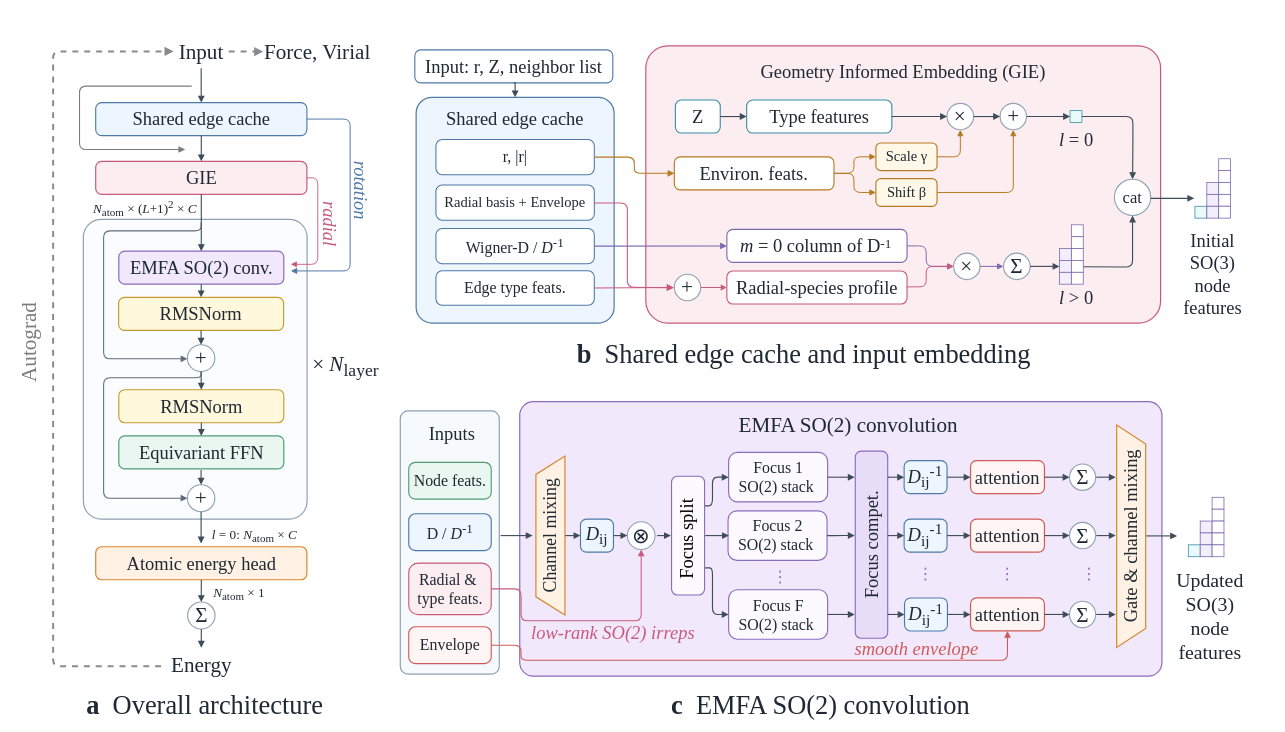
This is fig/fig2_simplified_wh.drawio from iProzd/DPA4-manuscript, a draw.io file, before an edit. Source tidied: cells renumbered, new cells numbered last; positions are measured from the earlier drawing's top-left corner, leaving out a move shared by most shapes. Both pictures are drawn from the tidied source at 66%, with x=0, y=0 at pixel (-13, 11).
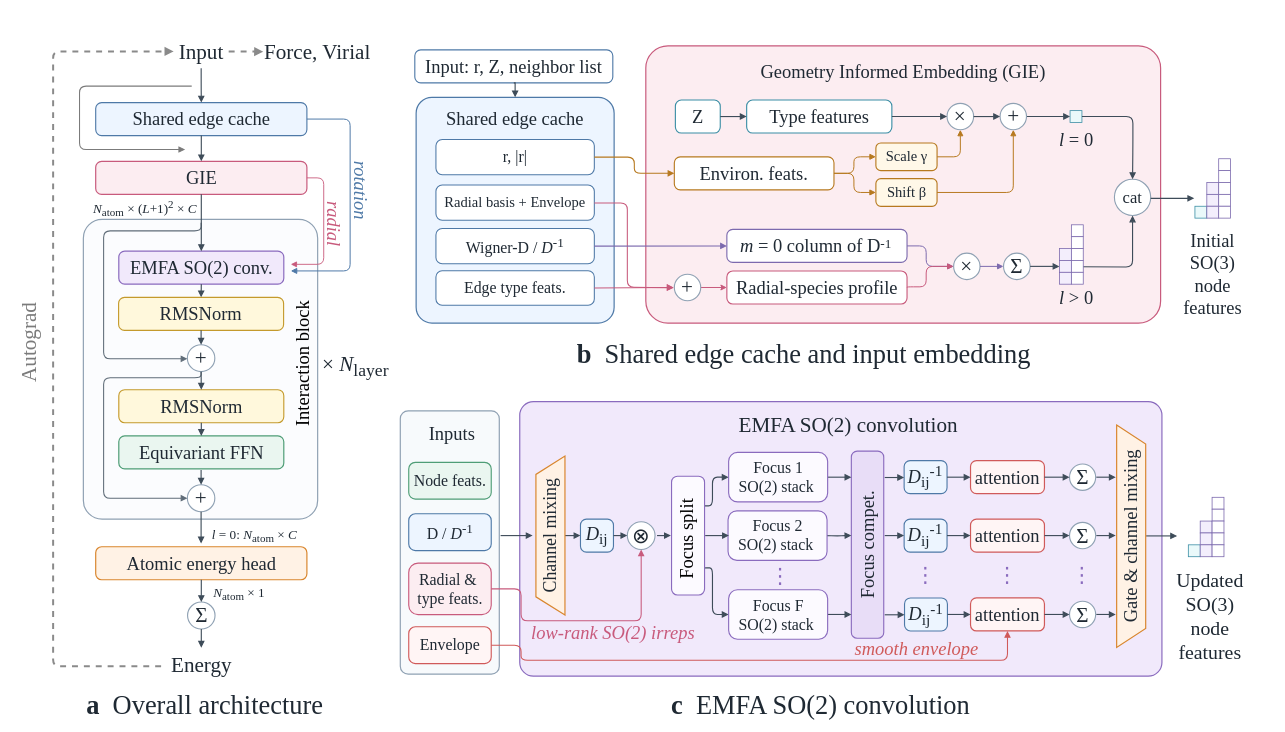
The same page after the edit.

The change refers to these unchanged cells:
```xml
<mxCell id="7" value="&lt;font style=&quot;font-size: 28px;&quot;&gt;GIE&lt;/font&gt;" style="rounded=1;whiteSpace=wrap;html=1;arcSize=18;fontFamily=Times New Roman;fontSize=19;fontColor=#1F2933;align=center;verticalAlign=middle;spacing=8;fillColor=#FCEDF1;strokeColor=#C85A7C;strokeWidth=1.8;" parent="2" vertex="1">
  <mxGeometry x="79.5" y="227" width="320" height="50" as="geometry" />
</mxCell>
<mxCell id="41" style="group;html=1;whiteSpace=wrap;" parent="1" vertex="1">
  <mxGeometry x="559" y="574" width="1372" height="450" as="geometry" />
</mxCell>
```

The edit, as a diff of the source:
```diff
@@
     <mxCell id="2" style="group;html=1;whiteSpace=wrap;" parent="1" vertex="1">
-      <mxGeometry x="85" width="612" height="1010" as="geometry" />
+      <mxGeometry x="85" width="679.3" height="1010" as="geometry" />
     </mxCell>
     <mxCell id="3" style="rounded=1;whiteSpace=wrap;html=1;arcSize=8;fontFamily=Times New Roman;fontSize=16;fontColor=#1F2933;fillColor=#FBFCFE;strokeColor=#8FA1B3;strokeWidth=1.8;" parent="2" vertex="1">
-      <mxGeometry x="60.8" y="315" width="339" height="454.1" as="geometry" />
+      <mxGeometry x="60.8" y="315" width="355" height="454.1" as="geometry" />
     </mxCell>
+    <mxCell id="180" value="&lt;font color=&quot;#000000&quot;&gt;&lt;span style=&quot;font-size: 28px; font-style: normal;&quot;&gt;Interaction block&lt;/span&gt;&lt;/font&gt;" style="text;html=1;strokeColor=none;fillColor=none;whiteSpace=wrap;rounded=0;fontFamily=Times New Roman;fontSize=12;fontColor=#4E79A7;align=center;fontStyle=2;rotation=270;" parent="3" vertex="1">
+      <mxGeometry x="224.9" y="200.5" width="203.1" height="35.2" as="geometry" />
+    </mxCell>
@@
     <mxCell id="13" value="&lt;font style=&quot;font-size: 32px;&quot;&gt;× &lt;i&gt;N&lt;/i&gt;&lt;sub&gt;layer&lt;/sub&gt;&lt;/font&gt;" style="text;html=1;strokeColor=none;fillColor=none;whiteSpace=wrap;rounded=0;fontFamily=Times New Roman;fontSize=18;fontColor=#1F2933;align=left;fontStyle=0;" parent="2" vertex="1">
-      <mxGeometry x="406.2" y="508.2" width="119.8" height="51.8" as="geometry" />
+      <mxGeometry x="421.2" y="508.2" width="119.8" height="51.8" as="geometry" />
     </mxCell>
@@
     <mxCell id="30" style="edgeStyle=orthogonalEdgeStyle;rounded=1;jettySize=auto;html=1;strokeColor=#C85A7C;strokeWidth=1.35;endArrow=block;endFill=1;exitX=1;exitY=0.5;exitDx=0;exitDy=0;" parent="2" edge="1" source="7">
       <mxGeometry relative="1" as="geometry">
         <mxPoint x="375" y="383" as="targetPoint" />
         <Array as="points">
-          <mxPoint x="416" y="252" />
+          <mxPoint x="425" y="252" />
+          <mxPoint x="425" y="383" />
         </Array>
       </mxGeometry>
     </mxCell>
     <mxCell id="31" value="&lt;font style=&quot;font-size: 28px;&quot;&gt;radial&lt;/font&gt;" style="text;html=1;strokeColor=none;fillColor=none;whiteSpace=wrap;rounded=0;fontFamily=Times New Roman;fontSize=12;fontColor=#C85A7C;align=center;fontStyle=2;rotation=90;" parent="2" vertex="1">
-      <mxGeometry x="371" y="294" width="114.4" height="56.7" as="geometry" />
+      <mxGeometry x="377" y="294" width="114.4" height="56.7" as="geometry" />
     </mxCell>
@@
-    <mxCell id="60" value="&lt;font style=&quot;font-size: 24px;&quot;&gt;Focus 1&lt;br&gt;SO(2) stack&amp;nbsp;&lt;/font&gt;" style="rounded=1;whiteSpace=wrap;html=1;arcSize=18;fontFamily=Times New Roman;fontSize=15;fontColor=#1F2933;align=center;verticalAlign=middle;spacing=6;fillColor=#FCFAFF;strokeColor=#8A6BBE;strokeWidth=1.7;" parent="41" vertex="1">
-      <mxGeometry x="564.5" y="94" width="150" height="75" as="geometry" />
-    </mxCell>
-    <mxCell id="61" value="⋮" style="text;html=1;strokeColor=none;fillColor=none;whiteSpace=wrap;rounded=0;fontFamily=Times New Roman;fontSize=24;fontColor=#8A6BBE;align=center;fontStyle=0;" parent="41" vertex="1">
-      <mxGeometry x="628.5" y="262" width="28" height="34" as="geometry" />
+    <mxCell id="61" value="&lt;font style=&quot;font-size: 32px;&quot;&gt;⋮&lt;/font&gt;" style="text;html=1;strokeColor=none;fillColor=none;whiteSpace=wrap;rounded=0;fontFamily=Times New Roman;fontSize=24;fontColor=#8A6BBE;align=center;fontStyle=0;" parent="41" vertex="1">
+      <mxGeometry x="628.5" y="255" width="28" height="34" as="geometry" />
     </mxCell>
@@
     <mxCell id="77" value="&lt;font style=&quot;font-size: 28px;&quot;&gt;Focus compet.&lt;br&gt;&lt;/font&gt;" style="rounded=1;whiteSpace=wrap;html=1;arcSize=18;fontFamily=Times New Roman;fontSize=16;fontColor=#1F2933;align=center;verticalAlign=middle;spacing=7;fillColor=#E8DDF7;strokeColor=#8A6BBE;strokeWidth=1.7;rotation=-90;" parent="41" vertex="1">
-      <mxGeometry x="639.2" y="209.2" width="283.5" height="49.1" as="geometry" />
+      <mxGeometry x="633.2" y="209.2" width="283.5" height="49.1" as="geometry" />
     </mxCell>
@@
-    <mxCell id="81" value="&lt;font style=&quot;font-size: 24px;&quot;&gt;Focus F&lt;br&gt;SO(2) stack&amp;nbsp;&lt;/font&gt;" style="rounded=1;whiteSpace=wrap;html=1;arcSize=18;fontFamily=Times New Roman;fontSize=15;fontColor=#1F2933;align=center;verticalAlign=middle;spacing=6;fillColor=#FCFAFF;strokeColor=#8A6BBE;strokeWidth=1.7;" parent="41" vertex="1">
-      <mxGeometry x="564.5" y="302" width="150" height="75" as="geometry" />
-    </mxCell>
     <mxCell id="82" style="edgeStyle=orthogonalEdgeStyle;rounded=1;orthogonalLoop=1;jettySize=auto;html=1;strokeColor=#3E4C59;strokeWidth=1.7;endArrow=block;endFill=1;" parent="41" edge="1">
       <mxGeometry relative="1" as="geometry">
-        <mxPoint x="714.5" y="131.5" as="sourcePoint" />
-        <mxPoint x="755.5" y="131.5" as="targetPoint" />
+        <mxPoint x="709.5" y="131.5" as="sourcePoint" />
+        <mxPoint x="750.5" y="131.5" as="targetPoint" />
       </mxGeometry>
     </mxCell>
     <mxCell id="83" style="edgeStyle=orthogonalEdgeStyle;rounded=1;orthogonalLoop=1;jettySize=auto;html=1;strokeColor=#3E4C59;strokeWidth=1.7;endArrow=block;endFill=1;" parent="41" edge="1">
       <mxGeometry relative="1" as="geometry">
-        <mxPoint x="714.5" y="339.5" as="sourcePoint" />
-        <mxPoint x="755.5" y="339.5" as="targetPoint" />
+        <mxPoint x="709.5" y="339.5" as="sourcePoint" />
+        <mxPoint x="750.5" y="339.5" as="targetPoint" />
       </mxGeometry>
     </mxCell>
@@
-    <mxCell id="87" value="&lt;font style=&quot;font-size: 24px;&quot;&gt;Focus 2&lt;br&gt;SO(2) stack&amp;nbsp;&lt;/font&gt;" style="rounded=1;whiteSpace=wrap;html=1;arcSize=18;fontFamily=Times New Roman;fontSize=15;fontColor=#1F2933;align=center;verticalAlign=middle;spacing=6;fillColor=#FCFAFF;strokeColor=#8A6BBE;strokeWidth=1.7;" parent="41" vertex="1">
-      <mxGeometry x="563.6" y="182.5" width="150" height="75" as="geometry" />
-    </mxCell>
-    <mxCell id="88" style="edgeStyle=orthogonalEdgeStyle;rounded=1;jettySize=auto;html=1;strokeColor=#3E4C59;strokeWidth=1.7;endArrow=block;endFill=1;exitX=1;exitY=0.5;entryX=0;entryY=0.5;entryDx=0;entryDy=0;exitDx=0;exitDy=0;" parent="41" edge="1" source="87">
+    <mxCell id="88" style="edgeStyle=orthogonalEdgeStyle;rounded=1;orthogonalLoop=1;jettySize=auto;html=1;strokeColor=#3E4C59;strokeWidth=1.7;endArrow=block;endFill=1;exitX=1;exitY=0.5;entryX=0;entryY=0.5;entryDx=0;entryDy=0;exitDx=0;exitDy=0;" parent="41" edge="1">
       <mxGeometry relative="1" as="geometry">
-        <mxPoint x="755.5" y="219.7" as="targetPoint" />
+        <mxPoint x="708.6" y="220" as="sourcePoint" />
+        <mxPoint x="750.5" y="219.7" as="targetPoint" />
       </mxGeometry>
     </mxCell>
@@
-    <mxCell id="93" value="⋮" style="text;html=1;strokeColor=none;fillColor=none;whiteSpace=wrap;rounded=0;fontFamily=Times New Roman;fontSize=24;fontColor=#8A6BBE;align=center;fontStyle=0;" parent="41" vertex="1">
-      <mxGeometry x="849" y="258" width="28" height="34" as="geometry" />
+    <mxCell id="93" value="&lt;font style=&quot;font-size: 32px;&quot;&gt;⋮&lt;/font&gt;" style="text;html=1;strokeColor=none;fillColor=none;whiteSpace=wrap;rounded=0;fontFamily=Times New Roman;fontSize=24;fontColor=#8A6BBE;align=center;fontStyle=0;" parent="41" vertex="1">
+      <mxGeometry x="849" y="254" width="28" height="34" as="geometry" />
     </mxCell>
-    <mxCell id="94" value="⋮" style="text;html=1;strokeColor=none;fillColor=none;whiteSpace=wrap;rounded=0;fontFamily=Times New Roman;fontSize=24;fontColor=#8A6BBE;align=center;fontStyle=0;" parent="41" vertex="1">
-      <mxGeometry x="973" y="258" width="28" height="34" as="geometry" />
+    <mxCell id="94" value="&lt;font style=&quot;font-size: 32px;&quot;&gt;⋮&lt;/font&gt;" style="text;html=1;strokeColor=none;fillColor=none;whiteSpace=wrap;rounded=0;fontFamily=Times New Roman;fontSize=24;fontColor=#8A6BBE;align=center;fontStyle=0;" parent="41" vertex="1">
+      <mxGeometry x="973" y="254" width="28" height="34" as="geometry" />
     </mxCell>
-    <mxCell id="95" value="⋮" style="text;html=1;strokeColor=none;fillColor=none;whiteSpace=wrap;rounded=0;fontFamily=Times New Roman;fontSize=24;fontColor=#8A6BBE;align=center;fontStyle=0;" parent="41" vertex="1">
-      <mxGeometry x="1097" y="258" width="28" height="34" as="geometry" />
+    <mxCell id="95" value="&lt;font style=&quot;font-size: 32px;&quot;&gt;⋮&lt;/font&gt;" style="text;html=1;strokeColor=none;fillColor=none;whiteSpace=wrap;rounded=0;fontFamily=Times New Roman;fontSize=24;fontColor=#8A6BBE;align=center;fontStyle=0;" parent="41" vertex="1">
+      <mxGeometry x="1086" y="254" width="28" height="34" as="geometry" />
     </mxCell>
     <mxCell id="96" style="edgeStyle=orthogonalEdgeStyle;rounded=1;orthogonalLoop=1;jettySize=auto;html=1;strokeColor=#3E4C59;strokeWidth=1.7;endArrow=block;endFill=1;" parent="41" edge="1">
       <mxGeometry relative="1" as="geometry">
-        <mxPoint x="805.5" y="131.5" as="sourcePoint" />
-        <mxPoint x="830.4" y="131.5" as="targetPoint" />
+        <mxPoint x="801" y="132" as="sourcePoint" />
+        <mxPoint x="830.4" y="132" as="targetPoint" />
       </mxGeometry>
     </mxCell>
@@
     <mxCell id="100" style="edgeStyle=orthogonalEdgeStyle;rounded=1;orthogonalLoop=1;jettySize=auto;html=1;strokeColor=#3E4C59;strokeWidth=1.7;endArrow=block;endFill=1;" parent="41" edge="1">
       <mxGeometry relative="1" as="geometry">
-        <mxPoint x="805.5" y="220" as="sourcePoint" />
+        <mxPoint x="801" y="220" as="sourcePoint" />
         <mxPoint x="830.4" y="220" as="targetPoint" />
       </mxGeometry>
     </mxCell>
@@
     <mxCell id="104" style="edgeStyle=orthogonalEdgeStyle;rounded=1;orthogonalLoop=1;jettySize=auto;html=1;strokeColor=#3E4C59;strokeWidth=1.7;endArrow=block;endFill=1;" parent="41" edge="1">
       <mxGeometry relative="1" as="geometry">
-        <mxPoint x="805.5" y="339.5" as="sourcePoint" />
-        <mxPoint x="831" y="339.5" as="targetPoint" />
+        <mxPoint x="801" y="340" as="sourcePoint" />
+        <mxPoint x="831" y="340" as="targetPoint" />
       </mxGeometry>
     </mxCell>
@@
+    <mxCell id="60" value="&lt;font style=&quot;font-size: 24px;&quot;&gt;Focus 1&lt;br&gt;SO(2) stack&amp;nbsp;&lt;/font&gt;" style="rounded=1;whiteSpace=wrap;html=1;arcSize=18;fontFamily=Times New Roman;fontSize=15;fontColor=#1F2933;align=center;verticalAlign=middle;spacing=6;fillColor=#FCFAFF;strokeColor=#8A6BBE;strokeWidth=1.7;" parent="41" vertex="1">
+      <mxGeometry x="564.5" y="94" width="150" height="75" as="geometry" />
+    </mxCell>
+    <mxCell id="81" value="&lt;font style=&quot;font-size: 24px;&quot;&gt;Focus F&lt;br&gt;SO(2) stack&amp;nbsp;&lt;/font&gt;" style="rounded=1;whiteSpace=wrap;html=1;arcSize=18;fontFamily=Times New Roman;fontSize=15;fontColor=#1F2933;align=center;verticalAlign=middle;spacing=6;fillColor=#FCFAFF;strokeColor=#8A6BBE;strokeWidth=1.7;" parent="41" vertex="1">
+      <mxGeometry x="564.5" y="302" width="150" height="75" as="geometry" />
+    </mxCell>
+    <mxCell id="87" value="&lt;font style=&quot;font-size: 24px;&quot;&gt;Focus 2&lt;br&gt;SO(2) stack&amp;nbsp;&lt;/font&gt;" style="rounded=1;whiteSpace=wrap;html=1;arcSize=18;fontFamily=Times New Roman;fontSize=15;fontColor=#1F2933;align=center;verticalAlign=middle;spacing=6;fillColor=#FCFAFF;strokeColor=#8A6BBE;strokeWidth=1.7;" parent="41" vertex="1">
+      <mxGeometry x="563.6" y="182.5" width="150" height="75" as="geometry" />
+    </mxCell>
```
